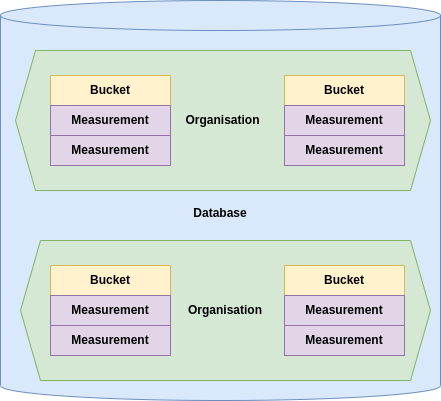
This is presentation/influxdb/concepts.png from skrabbenborg/nosql-talk, a draw.io export, as it was before one commit. Source tidied: cells renumbered, new cells last; positions are measured from the earlier drawing's top-left corner, leaving out a move shared by most shapes.
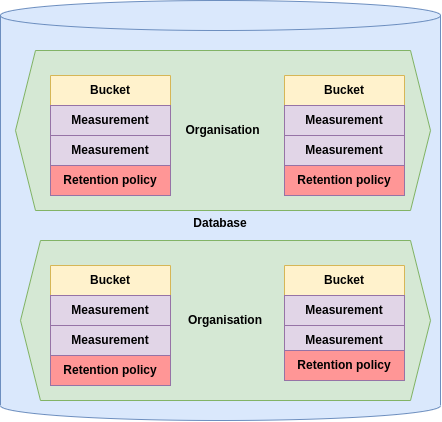
After the change.

What changed in the source:
```diff
@@ -3,49 +3,61 @@
     <mxCell id="0" />
     <mxCell id="1" parent="0" />
     <mxCell id="2" value="&lt;b&gt;Database&lt;/b&gt;" style="shape=cylinder3;whiteSpace=wrap;html=1;boundedLbl=1;backgroundOutline=1;size=15;align=center;fillColor=#dae8fc;strokeColor=#6c8ebf;" parent="1" vertex="1">
-      <mxGeometry width="440" height="400" as="geometry" />
+      <mxGeometry width="440" height="420" as="geometry" />
     </mxCell>
-    <mxCell id="3" value="&lt;b&gt;Organisation&lt;/b&gt;" style="shape=hexagon;perimeter=hexagonPerimeter2;whiteSpace=wrap;html=1;fixedSize=1;fillColor=#d5e8d4;strokeColor=#82b366;" parent="1" vertex="1">
-      <mxGeometry x="20" y="240" width="410" height="140" as="geometry" />
-    </mxCell>
-    <mxCell id="4" value="&lt;b&gt;Bucket&lt;/b&gt;" style="swimlane;fontStyle=0;horizontal=1;startSize=30;whiteSpace=wrap;html=1;fillColor=#fff2cc;strokeColor=#d6b656;" parent="1" vertex="1">
-      <mxGeometry x="50" y="265" width="120" height="90" as="geometry" />
-    </mxCell>
-    <mxCell id="5" value="&lt;div align=&quot;center&quot;&gt;&lt;b&gt;Measurement&lt;/b&gt;&lt;/div&gt;" style="text;strokeColor=#9673a6;fillColor=#e1d5e7;align=center;verticalAlign=middle;spacingLeft=4;spacingRight=4;overflow=hidden;whiteSpace=wrap;html=1;" parent="4" vertex="1">
-      <mxGeometry y="30" width="120" height="30" as="geometry" />
-    </mxCell>
-    <mxCell id="6" value="&lt;div align=&quot;center&quot;&gt;&lt;b&gt;Measurement&lt;/b&gt;&lt;/div&gt;" style="text;strokeColor=#9673a6;fillColor=#e1d5e7;align=center;verticalAlign=middle;spacingLeft=4;spacingRight=4;overflow=hidden;whiteSpace=wrap;html=1;" parent="4" vertex="1">
-      <mxGeometry y="60" width="120" height="30" as="geometry" />
-    </mxCell>
-    <mxCell id="7" value="&lt;b&gt;Bucket&lt;/b&gt;" style="swimlane;fontStyle=0;horizontal=1;startSize=30;whiteSpace=wrap;html=1;fillColor=#fff2cc;strokeColor=#d6b656;" parent="1" vertex="1">
-      <mxGeometry x="284" y="265" width="120" height="90" as="geometry" />
-    </mxCell>
+    <mxCell id="17" value="&lt;b&gt;Organisation&lt;/b&gt;" style="shape=hexagon;perimeter=hexagonPerimeter2;whiteSpace=wrap;html=1;fixedSize=1;fillColor=#d5e8d4;strokeColor=#82b366;" parent="1" vertex="1">
+      <mxGeometry x="20" y="240" width="410" height="160" as="geometry" />
+    </mxCell>
+    <mxCell id="18" value="&lt;b&gt;Bucket&lt;/b&gt;" style="swimlane;fontStyle=0;horizontal=1;startSize=30;whiteSpace=wrap;html=1;fillColor=#fff2cc;strokeColor=#d6b656;" parent="1" vertex="1">
+      <mxGeometry x="50" y="265" width="120" height="90" as="geometry" />
+    </mxCell>
+    <mxCell id="19" value="&lt;div align=&quot;center&quot;&gt;&lt;b&gt;Measurement&lt;/b&gt;&lt;/div&gt;" style="text;strokeColor=#9673a6;fillColor=#e1d5e7;align=center;verticalAlign=middle;spacingLeft=4;spacingRight=4;overflow=hidden;whiteSpace=wrap;html=1;" parent="18" vertex="1">
+      <mxGeometry y="30" width="120" height="30" as="geometry" />
+    </mxCell>
+    <mxCell id="20" value="&lt;div align=&quot;center&quot;&gt;&lt;b&gt;Measurement&lt;/b&gt;&lt;/div&gt;" style="text;strokeColor=#9673a6;fillColor=#e1d5e7;align=center;verticalAlign=middle;spacingLeft=4;spacingRight=4;overflow=hidden;whiteSpace=wrap;html=1;" parent="18" vertex="1">
+      <mxGeometry y="60" width="120" height="30" as="geometry" />
+    </mxCell>
+    <mxCell id="21" value="&lt;b&gt;Bucket&lt;/b&gt;" style="swimlane;fontStyle=0;horizontal=1;startSize=30;whiteSpace=wrap;html=1;fillColor=#fff2cc;strokeColor=#d6b656;" parent="1" vertex="1">
+      <mxGeometry x="284" y="265" width="120" height="90" as="geometry" />
+    </mxCell>
-    <mxCell id="8" value="&lt;b&gt;Measurement&lt;/b&gt;" style="text;strokeColor=#9673a6;fillColor=#e1d5e7;align=center;verticalAlign=middle;spacingLeft=4;spacingRight=4;overflow=hidden;whiteSpace=wrap;html=1;" parent="7" vertex="1">
+    <mxCell id="8" value="&lt;b&gt;Measurement&lt;/b&gt;" style="text;strokeColor=#9673a6;fillColor=#e1d5e7;align=center;verticalAlign=middle;spacingLeft=4;spacingRight=4;overflow=hidden;whiteSpace=wrap;html=1;" parent="21" vertex="1">
       <mxGeometry y="30" width="120" height="30" as="geometry" />
     </mxCell>
-    <mxCell id="9" value="&lt;div align=&quot;center&quot;&gt;&lt;b&gt;Measurement&lt;/b&gt;&lt;/div&gt;" style="text;strokeColor=#9673a6;fillColor=#e1d5e7;align=center;verticalAlign=middle;spacingLeft=4;spacingRight=4;overflow=hidden;whiteSpace=wrap;html=1;" parent="7" vertex="1">
-      <mxGeometry y="60" width="120" height="30" as="geometry" />
-    </mxCell>
-    <mxCell id="10" value="&lt;b&gt;Organisation&lt;/b&gt;" style="shape=hexagon;perimeter=hexagonPerimeter2;whiteSpace=wrap;html=1;fixedSize=1;fillColor=#d5e8d4;strokeColor=#82b366;" parent="1" vertex="1">
-      <mxGeometry x="15" y="50" width="415" height="140" as="geometry" />
-    </mxCell>
-    <mxCell id="11" value="&lt;b&gt;Bucket&lt;/b&gt;" style="swimlane;fontStyle=0;horizontal=1;startSize=30;whiteSpace=wrap;html=1;fillColor=#fff2cc;strokeColor=#d6b656;" parent="1" vertex="1">
-      <mxGeometry x="50" y="75" width="120" height="90" as="geometry" />
-    </mxCell>
-    <mxCell id="12" value="&lt;div align=&quot;center&quot;&gt;&lt;b&gt;Measurement&lt;/b&gt;&lt;/div&gt;" style="text;strokeColor=#9673a6;fillColor=#e1d5e7;align=center;verticalAlign=middle;spacingLeft=4;spacingRight=4;overflow=hidden;whiteSpace=wrap;html=1;" parent="11" vertex="1">
-      <mxGeometry y="30" width="120" height="30" as="geometry" />
-    </mxCell>
-    <mxCell id="13" value="&lt;div align=&quot;center&quot;&gt;&lt;b&gt;Measurement&lt;/b&gt;&lt;/div&gt;" style="text;strokeColor=#9673a6;fillColor=#e1d5e7;align=center;verticalAlign=middle;spacingLeft=4;spacingRight=4;overflow=hidden;whiteSpace=wrap;html=1;" parent="11" vertex="1">
-      <mxGeometry y="60" width="120" height="30" as="geometry" />
-    </mxCell>
-    <mxCell id="14" value="&lt;b&gt;Bucket&lt;/b&gt;" style="swimlane;fontStyle=0;horizontal=1;startSize=30;whiteSpace=wrap;html=1;fillColor=#fff2cc;strokeColor=#d6b656;" parent="1" vertex="1">
-      <mxGeometry x="284" y="75" width="120" height="90" as="geometry" />
-    </mxCell>
-    <mxCell id="15" value="&lt;div align=&quot;center&quot;&gt;&lt;b&gt;Measurement&lt;/b&gt;&lt;/div&gt;" style="text;strokeColor=#9673a6;fillColor=#e1d5e7;align=center;verticalAlign=middle;spacingLeft=4;spacingRight=4;overflow=hidden;whiteSpace=wrap;html=1;" parent="14" vertex="1">
-      <mxGeometry y="30" width="120" height="30" as="geometry" />
-    </mxCell>
-    <mxCell id="16" value="&lt;div align=&quot;center&quot;&gt;&lt;b&gt;Measurement&lt;/b&gt;&lt;/div&gt;" style="text;strokeColor=#9673a6;fillColor=#e1d5e7;align=center;verticalAlign=middle;spacingLeft=4;spacingRight=4;overflow=hidden;whiteSpace=wrap;html=1;" parent="14" vertex="1">
-      <mxGeometry y="60" width="120" height="30" as="geometry" />
-    </mxCell>
+    <mxCell id="22" value="&lt;div align=&quot;center&quot;&gt;&lt;b&gt;Measurement&lt;/b&gt;&lt;/div&gt;" style="text;strokeColor=#9673a6;fillColor=#e1d5e7;align=center;verticalAlign=middle;spacingLeft=4;spacingRight=4;overflow=hidden;whiteSpace=wrap;html=1;" parent="21" vertex="1">
+      <mxGeometry y="60" width="120" height="30" as="geometry" />
+    </mxCell>
+    <mxCell id="23" value="&lt;b&gt;Organisation&lt;/b&gt;" style="shape=hexagon;perimeter=hexagonPerimeter2;whiteSpace=wrap;html=1;fixedSize=1;fillColor=#d5e8d4;strokeColor=#82b366;" parent="1" vertex="1">
+      <mxGeometry x="15" y="50" width="415" height="160" as="geometry" />
+    </mxCell>
+    <mxCell id="24" value="&lt;b&gt;Bucket&lt;/b&gt;" style="swimlane;fontStyle=0;horizontal=1;startSize=30;whiteSpace=wrap;html=1;fillColor=#fff2cc;strokeColor=#d6b656;" parent="1" vertex="1">
+      <mxGeometry x="50" y="75" width="120" height="90" as="geometry" />
+    </mxCell>
+    <mxCell id="25" value="&lt;div align=&quot;center&quot;&gt;&lt;b&gt;Measurement&lt;/b&gt;&lt;/div&gt;" style="text;strokeColor=#9673a6;fillColor=#e1d5e7;align=center;verticalAlign=middle;spacingLeft=4;spacingRight=4;overflow=hidden;whiteSpace=wrap;html=1;" parent="24" vertex="1">
+      <mxGeometry y="30" width="120" height="30" as="geometry" />
+    </mxCell>
+    <mxCell id="26" value="&lt;div align=&quot;center&quot;&gt;&lt;b&gt;Measurement&lt;/b&gt;&lt;/div&gt;" style="text;strokeColor=#9673a6;fillColor=#e1d5e7;align=center;verticalAlign=middle;spacingLeft=4;spacingRight=4;overflow=hidden;whiteSpace=wrap;html=1;" parent="24" vertex="1">
+      <mxGeometry y="60" width="120" height="30" as="geometry" />
+    </mxCell>
+    <mxCell id="27" value="&lt;b&gt;Bucket&lt;/b&gt;" style="swimlane;fontStyle=0;horizontal=1;startSize=30;whiteSpace=wrap;html=1;fillColor=#fff2cc;strokeColor=#d6b656;" parent="1" vertex="1">
+      <mxGeometry x="284" y="75" width="120" height="90" as="geometry" />
+    </mxCell>
+    <mxCell id="28" value="&lt;div align=&quot;center&quot;&gt;&lt;b&gt;Measurement&lt;/b&gt;&lt;/div&gt;" style="text;strokeColor=#9673a6;fillColor=#e1d5e7;align=center;verticalAlign=middle;spacingLeft=4;spacingRight=4;overflow=hidden;whiteSpace=wrap;html=1;" parent="27" vertex="1">
+      <mxGeometry y="30" width="120" height="30" as="geometry" />
+    </mxCell>
+    <mxCell id="29" value="&lt;div align=&quot;center&quot;&gt;&lt;b&gt;Measurement&lt;/b&gt;&lt;/div&gt;" style="text;strokeColor=#9673a6;fillColor=#e1d5e7;align=center;verticalAlign=middle;spacingLeft=4;spacingRight=4;overflow=hidden;whiteSpace=wrap;html=1;" parent="27" vertex="1">
+      <mxGeometry y="60" width="120" height="30" as="geometry" />
+    </mxCell>
+    <mxCell id="30" value="&lt;div align=&quot;center&quot;&gt;&lt;b&gt;Retention policy&lt;/b&gt;&lt;/div&gt;" style="text;strokeColor=#9673a6;fillColor=#FF9696;align=center;verticalAlign=middle;spacingLeft=4;spacingRight=4;overflow=hidden;whiteSpace=wrap;html=1;" parent="1" vertex="1">
+      <mxGeometry x="50" y="165" width="120" height="30" as="geometry" />
+    </mxCell>
+    <mxCell id="31" value="&lt;div align=&quot;center&quot;&gt;&lt;b&gt;Retention policy&lt;/b&gt;&lt;/div&gt;" style="text;strokeColor=#9673a6;fillColor=#FF9696;align=center;verticalAlign=middle;spacingLeft=4;spacingRight=4;overflow=hidden;whiteSpace=wrap;html=1;" parent="1" vertex="1">
+      <mxGeometry x="284" y="165" width="120" height="30" as="geometry" />
+    </mxCell>
+    <mxCell id="32" value="&lt;div align=&quot;center&quot;&gt;&lt;b&gt;Retention policy&lt;/b&gt;&lt;/div&gt;" style="text;strokeColor=#9673a6;fillColor=#FF9696;align=center;verticalAlign=middle;spacingLeft=4;spacingRight=4;overflow=hidden;whiteSpace=wrap;html=1;" parent="1" vertex="1">
+      <mxGeometry x="50" y="355" width="120" height="30" as="geometry" />
+    </mxCell>
+    <mxCell id="33" value="&lt;div align=&quot;center&quot;&gt;&lt;b&gt;Retention policy&lt;/b&gt;&lt;/div&gt;" style="text;strokeColor=#9673a6;fillColor=#FF9696;align=center;verticalAlign=middle;spacingLeft=4;spacingRight=4;overflow=hidden;whiteSpace=wrap;html=1;" parent="1" vertex="1">
+      <mxGeometry x="284" y="350" width="120" height="30" as="geometry" />
+    </mxCell>
   </root>
 </mxGraphModel>
```
